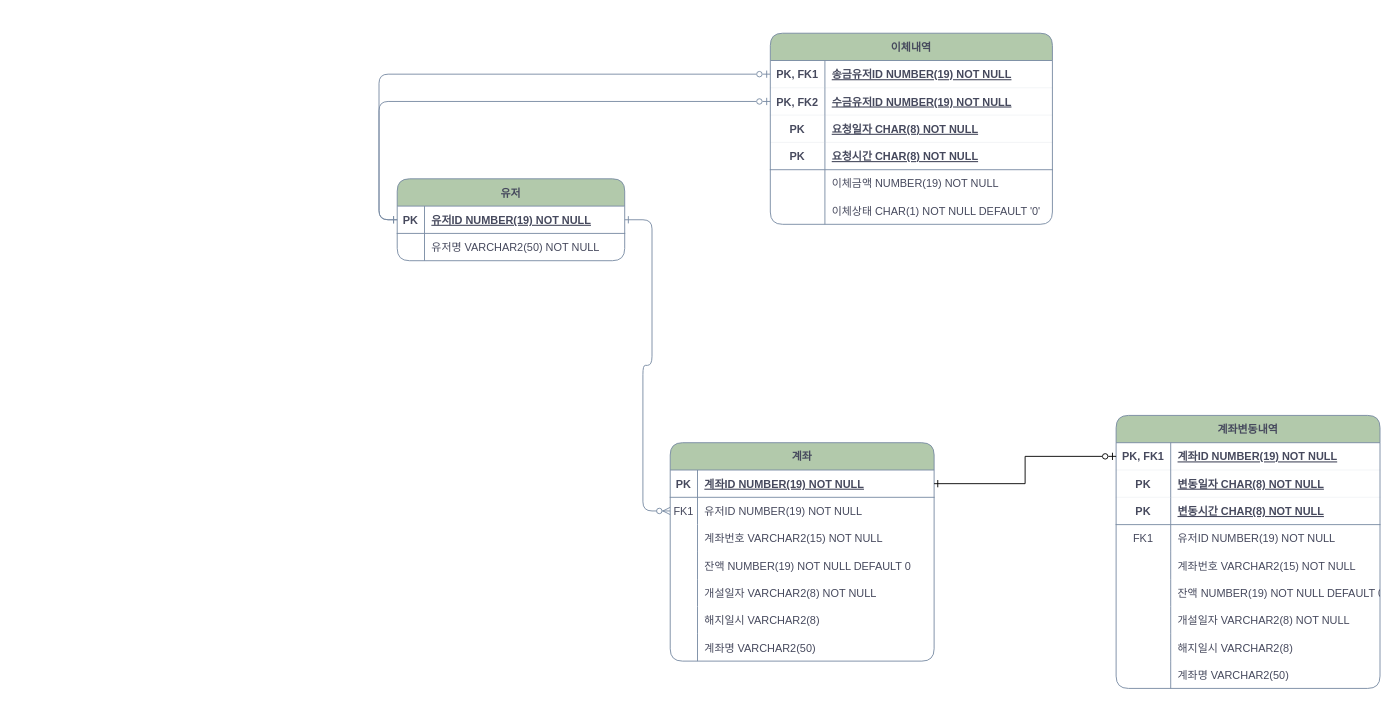
The draw.io diagram 제목 없는 다이어그램.drawio in GangBean/HelloWorld, before the edit. Source tidied: cells renumbered, new cells numbered last; positions are measured from the earlier drawing's top-left corner, leaving out a move shared by most shapes. Both pictures are drawn from the tidied source at 91%, with x=0, y=0 at pixel (397, 33).
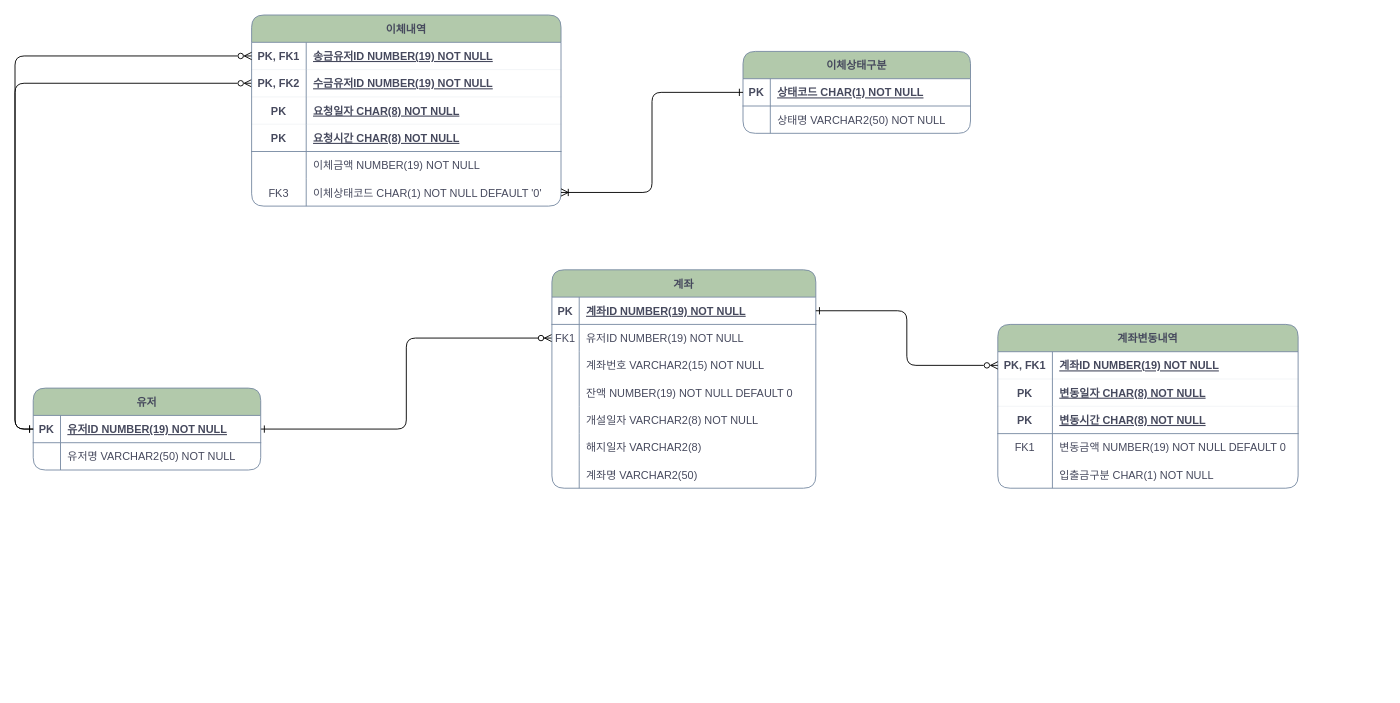
The same diagram, later.

Commit message (it also covers changes not shown here):
제목 없는 다이어그램.drawio 업데이트

Unchanged cells that the change refers to:
```xml
<mxCell id="5" style="shape=partialRectangle;fillColor=none;points=[[0,0.5],[1,0.5]];portConstraint=eastwest;top=0;left=0;right=0;bottom=1;strokeColor=#788AA3;fontColor=#46495D;rounded=1;" parent="4" vertex="1">
  <mxGeometry y="30" width="290" height="30" as="geometry" />
</mxCell>
<mxCell id="8" style="shape=partialRectangle;fillColor=none;points=[[0,0.5],[1,0.5]];portConstraint=eastwest;top=0;left=0;right=0;bottom=0;strokeColor=#788AA3;fontColor=#46495D;rounded=1;" parent="4" vertex="1">
  <mxGeometry y="60" width="290" height="30" as="geometry" />
</mxCell>
<mxCell id="20" style="shape=partialRectangle;fillColor=none;top=0;left=0;right=0;bottom=0;strokeColor=#788AA3;fontColor=#46495D;rounded=1;" parent="4" vertex="1">
  <mxGeometry y="180" width="290" height="30" as="geometry" />
</mxCell>
<mxCell id="27" style="shape=partialRectangle;fillColor=none;points=[[0,0.5],[1,0.5]];portConstraint=eastwest;top=0;left=0;right=0;bottom=1;strokeColor=#788AA3;fontColor=#46495D;rounded=1;" parent="26" vertex="1">
  <mxGeometry y="30" width="250" height="30" as="geometry" />
</mxCell>
```

Change to the diagram source:
```diff
@@
-    <mxCell id="2" style="edgeStyle=entityRelationEdgeStyle;endArrow=ERzeroToMany;startArrow=ERone;endFill=1;startFill=0;strokeColor=#788AA3;fontColor=#46495D;rounded=1;" parent="1" edge="1" source="27" target="8">
+    <mxCell id="2" style="edgeStyle=orthogonalEdgeStyle;endArrow=ERzeroToMany;startArrow=ERone;endFill=1;startFill=0;strokeColor=#000000;fontColor=#46495D;rounded=1;" parent="1" edge="1" source="27" target="8">
       <mxGeometry relative="1" as="geometry" />
     </mxCell>
@@
     <mxCell id="4" value="계좌" style="shape=table;startSize=30;childLayout=tableLayout;rowLines=0;fontStyle=1;align=center;fillColor=#B2C9AB;strokeColor=#788AA3;fontColor=#46495D;rounded=1;" parent="1" vertex="1">
-      <mxGeometry x="300" y="450" width="290" height="240" as="geometry" />
+      <mxGeometry x="170" y="260" width="290" height="240" as="geometry" />
     </mxCell>
@@
-    <mxCell id="22" value="해지일시 VARCHAR2(8)" style="shape=partialRectangle;overflow=hidden;fillColor=none;top=0;left=0;bottom=0;right=0;align=left;spacingLeft=6;strokeColor=#788AA3;fontColor=#46495D;rounded=1;" parent="20" vertex="1">
+    <mxCell id="22" value="해지일자 VARCHAR2(8)" style="shape=partialRectangle;overflow=hidden;fillColor=none;top=0;left=0;bottom=0;right=0;align=left;spacingLeft=6;strokeColor=#788AA3;fontColor=#46495D;rounded=1;" parent="20" vertex="1">
       <mxGeometry x="30" width="260" height="30" as="geometry" />
     </mxCell>
@@
     <mxCell id="26" value="유저" style="shape=table;startSize=30;childLayout=tableLayout;rowLines=0;fontStyle=1;align=center;fillColor=#B2C9AB;strokeColor=#788AA3;fontColor=#46495D;rounded=1;" parent="1" vertex="1">
-      <mxGeometry y="160" width="250" height="90" as="geometry" />
+      <mxGeometry x="-400" y="390" width="250" height="90" as="geometry" />
     </mxCell>
@@
-    <mxCell id="33" style="edgeStyle=orthogonalEdgeStyle;rounded=1;jettySize=auto;html=1;exitX=0;exitY=0.5;exitDx=0;exitDy=0;entryX=0;entryY=0.5;entryDx=0;entryDy=0;fontSize=12;endArrow=ERzeroToOne;endFill=0;startArrow=ERone;startFill=0;strokeColor=#788AA3;" parent="1" edge="1" source="27" target="38">
+    <mxCell id="33" style="edgeStyle=orthogonalEdgeStyle;rounded=1;jettySize=auto;html=1;exitX=0;exitY=0.5;exitDx=0;exitDy=0;entryX=0;entryY=0.5;entryDx=0;entryDy=0;fontSize=12;endArrow=ERzeroToMany;endFill=0;startArrow=ERone;startFill=0;strokeColor=#000000;" parent="1" edge="1" source="27" target="38">
       <mxGeometry relative="1" as="geometry" />
     </mxCell>
     <mxCell id="34" value="이체내역" style="shape=table;startSize=30;childLayout=tableLayout;rowLines=0;fontStyle=1;align=center;fillColor=#B2C9AB;strokeColor=#788AA3;fontColor=#46495D;rounded=1;" parent="1" vertex="1">
-      <mxGeometry x="410" width="310" height="210" as="geometry" />
+      <mxGeometry x="-160" y="-20" width="340" height="210" as="geometry" />
     </mxCell>
     <mxCell id="35" style="shape=partialRectangle;fillColor=none;points=[[0,0.5],[1,0.5]];portConstraint=eastwest;top=0;left=0;right=0;bottom=1;strokeColor=#788AA3;fontColor=#46495D;rounded=1;strokeWidth=0;" parent="34" vertex="1">
-      <mxGeometry y="30" width="310" height="30" as="geometry" />
+      <mxGeometry y="30" width="340" height="30" as="geometry" />
     </mxCell>
@@
     <mxCell id="37" value="송금유저ID NUMBER(19) NOT NULL" style="shape=partialRectangle;overflow=hidden;fillColor=none;top=0;left=0;bottom=0;right=0;align=left;spacingLeft=6;fontStyle=5;strokeColor=#788AA3;fontColor=#46495D;rounded=1;flipH=0;flipV=1;" parent="35" vertex="1">
-      <mxGeometry x="60" width="250" height="30" as="geometry" />
+      <mxGeometry x="60" width="280" height="30" as="geometry" />
     </mxCell>
     <mxCell id="38" style="shape=partialRectangle;fillColor=none;points=[[0,0.5],[1,0.5]];portConstraint=eastwest;top=0;left=0;right=0;bottom=1;strokeColor=#788AA3;fontColor=#46495D;rounded=1;strokeWidth=0;" parent="34" vertex="1">
-      <mxGeometry y="60" width="310" height="30" as="geometry" />
+      <mxGeometry y="60" width="340" height="30" as="geometry" />
     </mxCell>
@@
     <mxCell id="40" value="수금유저ID NUMBER(19) NOT NULL" style="shape=partialRectangle;overflow=hidden;fillColor=none;top=0;left=0;bottom=0;right=0;align=left;spacingLeft=6;fontStyle=5;strokeColor=#788AA3;fontColor=#46495D;rounded=1;flipH=0;flipV=1;" parent="38" vertex="1">
-      <mxGeometry x="60" width="250" height="30" as="geometry" />
+      <mxGeometry x="60" width="280" height="30" as="geometry" />
     </mxCell>
     <mxCell id="41" style="shape=partialRectangle;fillColor=none;points=[[0,0.5],[1,0.5]];portConstraint=eastwest;top=0;left=0;right=0;bottom=1;strokeColor=#788AA3;fontColor=#46495D;rounded=1;strokeWidth=0;" parent="34" vertex="1">
-      <mxGeometry y="90" width="310" height="30" as="geometry" />
+      <mxGeometry y="90" width="340" height="30" as="geometry" />
     </mxCell>
@@
     <mxCell id="43" value="요청일자 CHAR(8) NOT NULL" style="shape=partialRectangle;overflow=hidden;fillColor=none;top=0;left=0;bottom=0;right=0;align=left;spacingLeft=6;fontStyle=5;strokeColor=#788AA3;fontColor=#46495D;rounded=1;" parent="41" vertex="1">
-      <mxGeometry x="60" width="250" height="30" as="geometry" />
+      <mxGeometry x="60" width="280" height="30" as="geometry" />
     </mxCell>
     <mxCell id="44" style="shape=partialRectangle;fillColor=none;top=0;left=0;right=0;bottom=1;strokeColor=#788AA3;fontColor=#46495D;rounded=1;" parent="34" vertex="1">
-      <mxGeometry y="120" width="310" height="30" as="geometry" />
+      <mxGeometry y="120" width="340" height="30" as="geometry" />
     </mxCell>
@@
     <mxCell id="46" value="요청시간 CHAR(8) NOT NULL" style="shape=partialRectangle;overflow=hidden;fillColor=none;top=0;left=0;bottom=0;right=0;align=left;spacingLeft=6;fontStyle=5;strokeColor=#788AA3;fontColor=#46495D;rounded=1;" parent="44" vertex="1">
-      <mxGeometry x="60" width="250" height="30" as="geometry" />
+      <mxGeometry x="60" width="280" height="30" as="geometry" />
     </mxCell>
     <mxCell id="47" style="shape=partialRectangle;fillColor=none;points=[[0,0.5],[1,0.5]];portConstraint=eastwest;top=0;left=0;right=0;bottom=0;strokeColor=#788AA3;fontColor=#46495D;rounded=1;" parent="34" vertex="1">
-      <mxGeometry y="150" width="310" height="30" as="geometry" />
+      <mxGeometry y="150" width="340" height="30" as="geometry" />
     </mxCell>
@@
     <mxCell id="49" value="이체금액 NUMBER(19) NOT NULL" style="shape=partialRectangle;overflow=hidden;fillColor=none;top=0;left=0;bottom=0;right=0;align=left;spacingLeft=6;strokeColor=#788AA3;fontColor=#46495D;rounded=1;" parent="47" vertex="1">
-      <mxGeometry x="60" width="250" height="30" as="geometry" />
+      <mxGeometry x="60" width="280" height="30" as="geometry" />
     </mxCell>
     <mxCell id="50" style="shape=partialRectangle;fillColor=none;points=[[0,0.5],[1,0.5]];portConstraint=eastwest;top=0;left=0;right=0;bottom=0;strokeColor=#788AA3;fontColor=#46495D;rounded=1;" parent="34" vertex="1">
-      <mxGeometry y="180" width="310" height="30" as="geometry" />
+      <mxGeometry y="180" width="340" height="30" as="geometry" />
     </mxCell>
-    <mxCell id="51" style="shape=partialRectangle;overflow=hidden;fillColor=none;top=0;left=0;bottom=0;right=0;strokeColor=#788AA3;fontColor=#46495D;rounded=1;" parent="50" vertex="1">
+    <mxCell id="51" value="FK3" style="shape=partialRectangle;overflow=hidden;fillColor=none;top=0;left=0;bottom=0;right=0;strokeColor=#788AA3;fontColor=#46495D;rounded=1;" parent="50" vertex="1">
       <mxGeometry width="60" height="30" as="geometry" />
     </mxCell>
-    <mxCell id="52" value="이체상태 CHAR(1) NOT NULL DEFAULT '0'" style="shape=partialRectangle;overflow=hidden;fillColor=none;top=0;left=0;bottom=0;right=0;align=left;spacingLeft=6;strokeColor=#788AA3;fontColor=#46495D;rounded=1;" parent="50" vertex="1">
-      <mxGeometry x="60" width="250" height="30" as="geometry" />
+    <mxCell id="52" value="이체상태코드 CHAR(1) NOT NULL DEFAULT '0'" style="shape=partialRectangle;overflow=hidden;fillColor=none;top=0;left=0;bottom=0;right=0;align=left;spacingLeft=6;strokeColor=#788AA3;fontColor=#46495D;rounded=1;" parent="50" vertex="1">
+      <mxGeometry x="60" width="280" height="30" as="geometry" />
     </mxCell>
     <mxCell id="53" value="계좌변동내역" style="shape=table;startSize=30;childLayout=tableLayout;rowLines=0;fontStyle=1;align=center;fillColor=#B2C9AB;strokeColor=#788AA3;fontColor=#46495D;rounded=1;" parent="1" vertex="1">
-      <mxGeometry x="790" y="420" width="290" height="300" as="geometry" />
+      <mxGeometry x="660" y="320" width="330" height="180" as="geometry" />
     </mxCell>
     <mxCell id="54" style="shape=partialRectangle;fillColor=none;points=[[0,0.5],[1,0.5]];portConstraint=eastwest;top=0;left=0;right=0;bottom=1;strokeColor=#788AA3;fontColor=#46495D;rounded=1;strokeWidth=0;" parent="53" vertex="1">
-      <mxGeometry y="30" width="290" height="30" as="geometry" />
+      <mxGeometry y="30" width="330" height="30" as="geometry" />
     </mxCell>
@@
     <mxCell id="56" value="계좌ID NUMBER(19) NOT NULL " style="shape=partialRectangle;overflow=hidden;fillColor=none;top=0;left=0;bottom=0;right=0;align=left;spacingLeft=6;fontStyle=5;strokeColor=#788AA3;fontColor=#46495D;rounded=1;" parent="54" vertex="1">
-      <mxGeometry x="60" width="230" height="30" as="geometry" />
+      <mxGeometry x="60" width="270" height="30" as="geometry" />
     </mxCell>
     <mxCell id="57" style="shape=partialRectangle;fillColor=none;top=0;left=0;right=0;bottom=1;strokeColor=#788AA3;fontColor=#46495D;rounded=1;strokeWidth=0;" parent="53" vertex="1">
-      <mxGeometry y="60" width="290" height="30" as="geometry" />
+      <mxGeometry y="60" width="330" height="30" as="geometry" />
     </mxCell>
@@
     <mxCell id="59" value="변동일자 CHAR(8) NOT NULL " style="shape=partialRectangle;overflow=hidden;fillColor=none;top=0;left=0;bottom=0;right=0;align=left;spacingLeft=6;fontStyle=5;strokeColor=#788AA3;fontColor=#46495D;rounded=1;" parent="57" vertex="1">
-      <mxGeometry x="60" width="230" height="30" as="geometry" />
+      <mxGeometry x="60" width="270" height="30" as="geometry" />
     </mxCell>
     <mxCell id="60" style="shape=partialRectangle;fillColor=none;top=0;left=0;right=0;bottom=1;strokeColor=#788AA3;fontColor=#46495D;rounded=1;" parent="53" vertex="1">
-      <mxGeometry y="90" width="290" height="30" as="geometry" />
+      <mxGeometry y="90" width="330" height="30" as="geometry" />
     </mxCell>
@@
     <mxCell id="62" value="변동시간 CHAR(8) NOT NULL " style="shape=partialRectangle;overflow=hidden;fillColor=none;top=0;left=0;bottom=0;right=0;align=left;spacingLeft=6;fontStyle=5;strokeColor=#788AA3;fontColor=#46495D;rounded=1;" parent="60" vertex="1">
-      <mxGeometry x="60" width="230" height="30" as="geometry" />
+      <mxGeometry x="60" width="270" height="30" as="geometry" />
     </mxCell>
     <mxCell id="63" style="shape=partialRectangle;fillColor=none;top=0;left=0;right=0;bottom=0;strokeColor=#788AA3;fontColor=#46495D;rounded=1;" parent="53" vertex="1">
-      <mxGeometry y="120" width="290" height="30" as="geometry" />
+      <mxGeometry y="120" width="330" height="30" as="geometry" />
     </mxCell>
@@
-    <mxCell id="65" value="유저ID NUMBER(19) NOT NULL" style="shape=partialRectangle;overflow=hidden;fillColor=none;top=0;left=0;bottom=0;right=0;align=left;spacingLeft=6;strokeColor=#788AA3;fontColor=#46495D;rounded=1;" parent="63" vertex="1">
-      <mxGeometry x="60" width="230" height="30" as="geometry" />
+    <mxCell id="65" value="변동금액 NUMBER(19) NOT NULL DEFAULT 0" style="shape=partialRectangle;overflow=hidden;fillColor=none;top=0;left=0;bottom=0;right=0;align=left;spacingLeft=6;strokeColor=#788AA3;fontColor=#46495D;rounded=1;" parent="63" vertex="1">
+      <mxGeometry x="60" width="270" height="30" as="geometry" />
     </mxCell>
     <mxCell id="66" style="shape=partialRectangle;fillColor=none;top=0;left=0;right=0;bottom=0;strokeColor=#788AA3;fontColor=#46495D;rounded=1;" parent="53" vertex="1">
-      <mxGeometry y="150" width="290" height="30" as="geometry" />
+      <mxGeometry y="150" width="330" height="30" as="geometry" />
     </mxCell>
@@
-    <mxCell id="68" value="계좌번호 VARCHAR2(15) NOT NULL" style="shape=partialRectangle;overflow=hidden;fillColor=none;top=0;left=0;bottom=0;right=0;align=left;spacingLeft=6;strokeColor=#788AA3;fontColor=#46495D;rounded=1;" parent="66" vertex="1">
-      <mxGeometry x="60" width="230" height="30" as="geometry" />
+    <mxCell id="68" value="입출금구분 CHAR(1) NOT NULL" style="shape=partialRectangle;overflow=hidden;fillColor=none;top=0;left=0;bottom=0;right=0;align=left;spacingLeft=6;strokeColor=#788AA3;fontColor=#46495D;rounded=1;" parent="66" vertex="1">
+      <mxGeometry x="60" width="270" height="30" as="geometry" />
     </mxCell>
-    <mxCell id="69" style="shape=partialRectangle;fillColor=none;top=0;left=0;right=0;bottom=0;strokeColor=#788AA3;fontColor=#46495D;rounded=1;" parent="53" vertex="1">
-      <mxGeometry y="180" width="290" height="30" as="geometry" />
-    </mxCell>
-    <mxCell id="70" style="shape=partialRectangle;overflow=hidden;fillColor=none;top=0;left=0;bottom=0;right=0;strokeColor=#788AA3;fontColor=#46495D;rounded=1;" parent="69" vertex="1">
-      <mxGeometry width="60" height="30" as="geometry" />
-    </mxCell>
-    <mxCell id="71" value="잔액 NUMBER(19) NOT NULL DEFAULT 0" style="shape=partialRectangle;overflow=hidden;fillColor=none;top=0;left=0;bottom=0;right=0;align=left;spacingLeft=6;strokeColor=#788AA3;fontColor=#46495D;rounded=1;" parent="69" vertex="1">
-      <mxGeometry x="60" width="230" height="30" as="geometry" />
-    </mxCell>
-    <mxCell id="72" style="shape=partialRectangle;fillColor=none;top=0;left=0;right=0;bottom=0;strokeColor=#788AA3;fontColor=#46495D;rounded=1;" parent="53" vertex="1">
-      <mxGeometry y="210" width="290" height="30" as="geometry" />
-    </mxCell>
-    <mxCell id="73" style="shape=partialRectangle;overflow=hidden;fillColor=none;top=0;left=0;bottom=0;right=0;strokeColor=#788AA3;fontColor=#46495D;rounded=1;" parent="72" vertex="1">
-      <mxGeometry width="60" height="30" as="geometry" />
-    </mxCell>
-    <mxCell id="74" value="개설일자 VARCHAR2(8) NOT NULL" style="shape=partialRectangle;overflow=hidden;fillColor=none;top=0;left=0;bottom=0;right=0;align=left;spacingLeft=6;strokeColor=#788AA3;fontColor=#46495D;rounded=1;" parent="72" vertex="1">
-      <mxGeometry x="60" width="230" height="30" as="geometry" />
-    </mxCell>
-    <mxCell id="75" style="shape=partialRectangle;fillColor=none;top=0;left=0;right=0;bottom=0;strokeColor=#788AA3;fontColor=#46495D;rounded=1;" parent="53" vertex="1">
-      <mxGeometry y="240" width="290" height="30" as="geometry" />
-    </mxCell>
-    <mxCell id="76" style="shape=partialRectangle;overflow=hidden;fillColor=none;top=0;left=0;bottom=0;right=0;strokeColor=#788AA3;fontColor=#46495D;rounded=1;" parent="75" vertex="1">
-      <mxGeometry width="60" height="30" as="geometry" />
-    </mxCell>
-    <mxCell id="77" value="해지일시 VARCHAR2(8)" style="shape=partialRectangle;overflow=hidden;fillColor=none;top=0;left=0;bottom=0;right=0;align=left;spacingLeft=6;strokeColor=#788AA3;fontColor=#46495D;rounded=1;" parent="75" vertex="1">
-      <mxGeometry x="60" width="230" height="30" as="geometry" />
-    </mxCell>
-    <mxCell id="78" style="shape=partialRectangle;fillColor=none;top=0;left=0;right=0;bottom=0;strokeColor=#788AA3;fontColor=#46495D;rounded=1;" parent="53" vertex="1">
-      <mxGeometry y="270" width="290" height="30" as="geometry" />
-    </mxCell>
-    <mxCell id="79" style="shape=partialRectangle;overflow=hidden;fillColor=none;top=0;left=0;bottom=0;right=0;strokeColor=#788AA3;fontColor=#46495D;rounded=1;" parent="78" vertex="1">
-      <mxGeometry width="60" height="30" as="geometry" />
-    </mxCell>
-    <mxCell id="80" value="계좌명 VARCHAR2(50)" style="shape=partialRectangle;overflow=hidden;fillColor=none;top=0;left=0;bottom=0;right=0;align=left;spacingLeft=6;strokeColor=#788AA3;fontColor=#46495D;rounded=1;" parent="78" vertex="1">
-      <mxGeometry x="60" width="230" height="30" as="geometry" />
-    </mxCell>
-    <mxCell id="81" style="edgeStyle=orthogonalEdgeStyle;rounded=0;jettySize=auto;html=1;exitX=1;exitY=0.5;exitDx=0;exitDy=0;entryX=0;entryY=0.5;entryDx=0;entryDy=0;startArrow=ERone;startFill=0;endArrow=ERzeroToOne;endFill=0;" parent="1" edge="1" source="5" target="54">
+    <mxCell id="81" style="edgeStyle=orthogonalEdgeStyle;rounded=1;jettySize=auto;html=1;entryX=0;entryY=0.5;entryDx=0;entryDy=0;startArrow=ERone;startFill=0;endArrow=ERzeroToMany;endFill=0;" parent="1" edge="1" source="5" target="54">
       <mxGeometry relative="1" as="geometry" />
     </mxCell>
-    <mxCell id="82" style="edgeStyle=orthogonalEdgeStyle;rounded=1;jettySize=auto;html=1;exitX=0;exitY=0.5;exitDx=0;exitDy=0;entryX=0;entryY=0.5;entryDx=0;entryDy=0;strokeColor=#788AA3;fontSize=12;startArrow=ERone;startFill=0;endArrow=ERzeroToOne;endFill=0;" parent="1" edge="1" source="27" target="35">
+    <mxCell id="82" style="edgeStyle=orthogonalEdgeStyle;rounded=1;jettySize=auto;html=1;exitX=0;exitY=0.5;exitDx=0;exitDy=0;entryX=0;entryY=0.5;entryDx=0;entryDy=0;strokeColor=#000000;fontSize=12;startArrow=ERone;startFill=0;endArrow=ERzeroToMany;endFill=0;" parent="1" edge="1" source="27" target="35">
       <mxGeometry relative="1" as="geometry" />
     </mxCell>
+    <mxCell id="83" style="edgeStyle=none;jettySize=auto;html=1;exitX=0;exitY=0.5;exitDx=0;exitDy=0;entryX=0;entryY=0.5;entryDx=0;entryDy=0;startArrow=ERone;startFill=0;endArrow=ERzeroToOne;endFill=0;rounded=1;strokeColor=none;" parent="1" edge="1" source="84" target="47">
+      <mxGeometry relative="1" as="geometry" />
+    </mxCell>
+    <mxCell id="84" value="이체상태구분" style="shape=table;startSize=30;childLayout=tableLayout;rowLines=0;fontStyle=1;align=center;fillColor=#B2C9AB;strokeColor=#788AA3;fontColor=#46495D;rounded=1;" parent="1" vertex="1">
+      <mxGeometry x="380" y="20" width="250" height="90" as="geometry" />
+    </mxCell>
+    <mxCell id="85" style="shape=partialRectangle;fillColor=none;points=[[0,0.5],[1,0.5]];portConstraint=eastwest;top=0;left=0;right=0;bottom=1;strokeColor=#788AA3;fontColor=#46495D;rounded=1;" parent="84" vertex="1">
+      <mxGeometry y="30" width="250" height="30" as="geometry" />
+    </mxCell>
+    <mxCell id="86" value="PK" style="shape=partialRectangle;overflow=hidden;fillColor=none;top=0;left=0;bottom=0;right=0;fontStyle=1;strokeColor=#788AA3;fontColor=#46495D;rounded=1;" parent="85" vertex="1">
+      <mxGeometry width="30" height="30" as="geometry" />
+    </mxCell>
+    <mxCell id="87" value="상태코드 CHAR(1) NOT NULL " style="shape=partialRectangle;overflow=hidden;fillColor=none;top=0;left=0;bottom=0;right=0;align=left;spacingLeft=6;fontStyle=5;strokeColor=#788AA3;fontColor=#46495D;rounded=1;" parent="85" vertex="1">
+      <mxGeometry x="30" width="220" height="30" as="geometry" />
+    </mxCell>
+    <mxCell id="88" style="shape=partialRectangle;fillColor=none;top=0;left=0;right=0;bottom=0;strokeColor=#788AA3;fontColor=#46495D;rounded=1;" parent="84" vertex="1">
+      <mxGeometry y="60" width="250" height="30" as="geometry" />
+    </mxCell>
+    <mxCell id="89" style="shape=partialRectangle;overflow=hidden;fillColor=none;top=0;left=0;bottom=0;right=0;strokeColor=#788AA3;fontColor=#46495D;rounded=1;" parent="88" vertex="1">
+      <mxGeometry width="30" height="30" as="geometry" />
+    </mxCell>
+    <mxCell id="90" value="상태명 VARCHAR2(50) NOT NULL" style="shape=partialRectangle;overflow=hidden;fillColor=none;top=0;left=0;bottom=0;right=0;align=left;spacingLeft=6;strokeColor=#788AA3;fontColor=#46495D;rounded=1;" parent="88" vertex="1">
+      <mxGeometry x="30" width="220" height="30" as="geometry" />
+    </mxCell>
+    <mxCell id="91" style="edgeStyle=none;rounded=1;jettySize=auto;html=1;exitX=0;exitY=0.5;exitDx=0;exitDy=0;entryX=0;entryY=0.5;entryDx=0;entryDy=0;startArrow=ERone;startFill=0;endArrow=ERzeroToOne;endFill=0;strokeColor=none;" parent="1" edge="1" source="85" target="41">
+      <mxGeometry relative="1" as="geometry" />
+    </mxCell>
+    <mxCell id="92" style="edgeStyle=orthogonalEdgeStyle;jettySize=auto;html=1;exitX=0;exitY=0.5;exitDx=0;exitDy=0;startArrow=ERone;startFill=0;endArrow=ERoneToMany;endFill=0;rounded=1;" parent="1" edge="1" source="85" target="50">
+      <mxGeometry relative="1" as="geometry" />
+    </mxCell>
```
